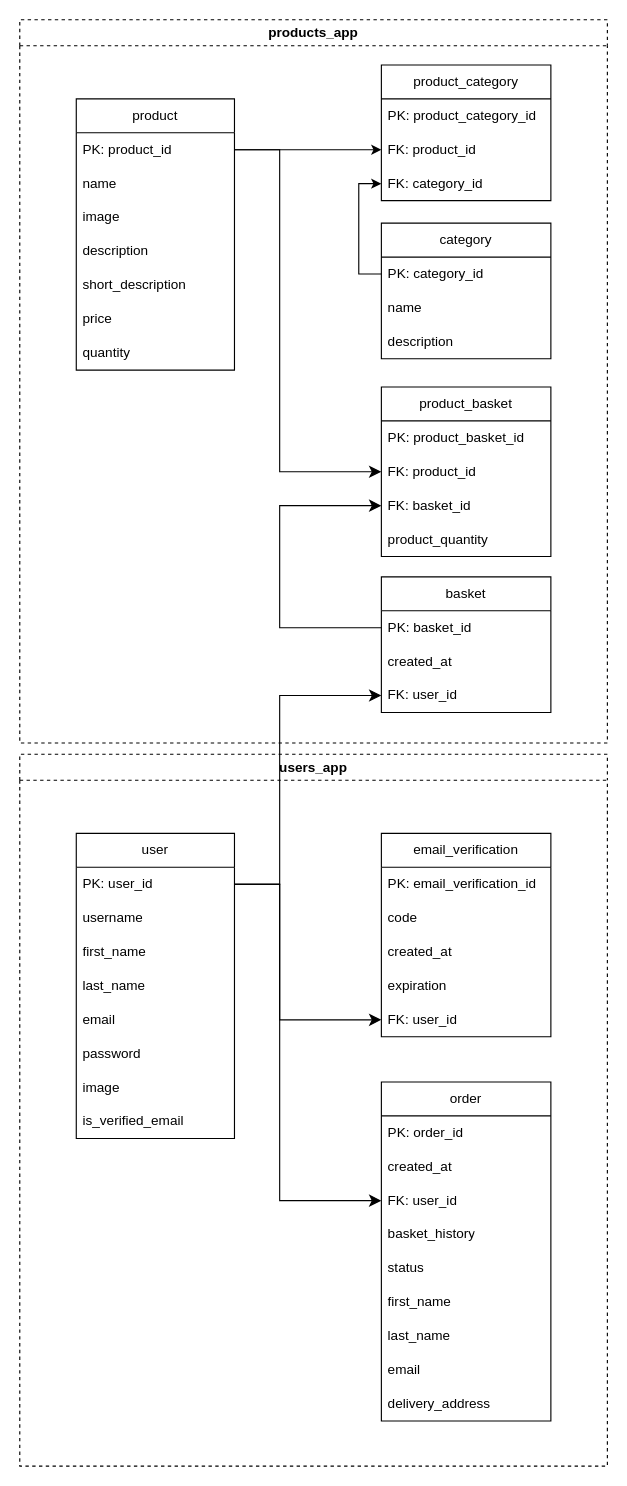
sharvadim07/django-store keeps this draw.io diagram as store_db.drawio. Above is the earlier version. Source tidied: cells renumbered, new cells numbered last; positions are measured from the earlier drawing's top-left corner, leaving out a move shared by most shapes. Both pictures are drawn from the tidied source at 113%, with x=0, y=0 at pixel (19, 19).
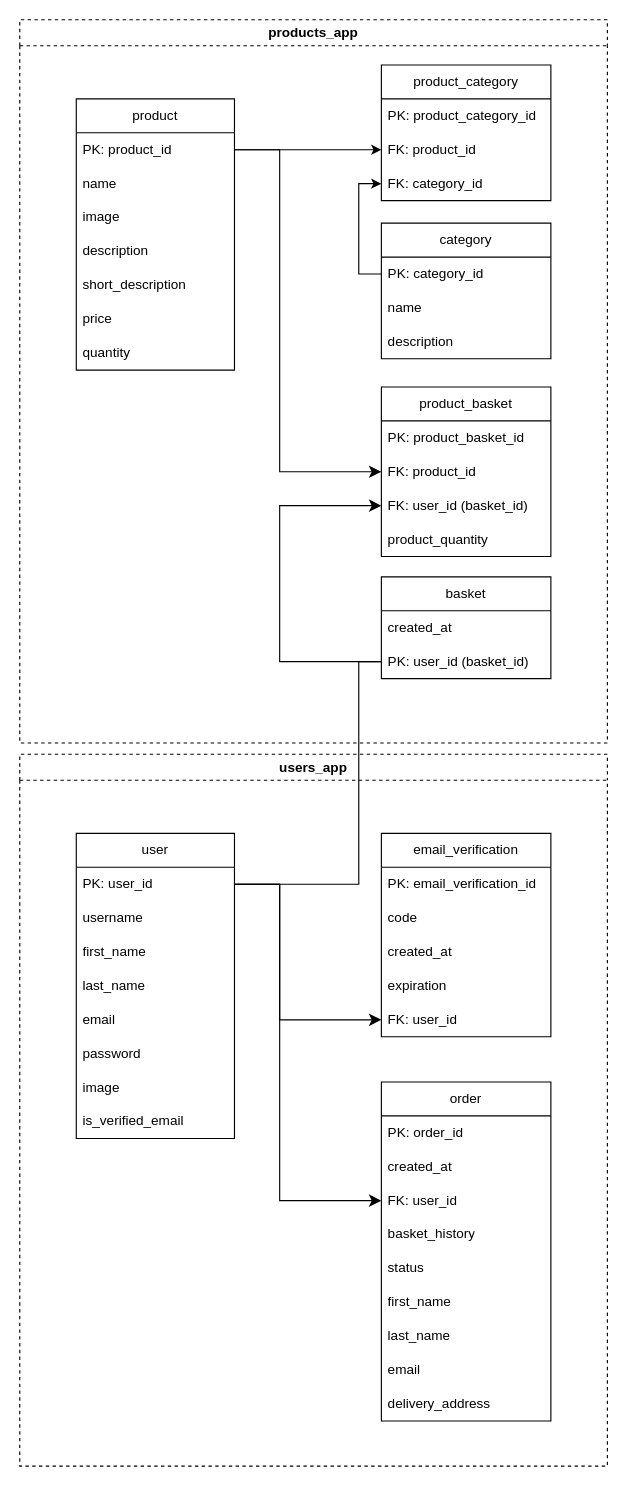
The same page after the edit.

Commit message (it also covers changes not shown here):
Change to one-to-one relation between user and basket

The change refers to these unchanged cells:
```xml
<mxCell id="43" value="PK: user_id" style="text;strokeColor=none;fillColor=none;align=left;verticalAlign=middle;spacingLeft=4;spacingRight=4;overflow=hidden;points=[[0,0.5],[1,0.5]];portConstraint=eastwest;whiteSpace=wrap;html=1;" parent="42" vertex="1">
  <mxGeometry y="30" width="140" height="30" as="geometry" />
</mxCell>
<mxCell id="51" value="product_basket" style="swimlane;fontStyle=0;horizontal=1;startSize=30;whiteSpace=wrap;html=1;" parent="1" vertex="1">
  <mxGeometry x="320" y="325" width="150" height="150" as="geometry" />
</mxCell>
```

What changed in the source:
```diff
@@
     <mxCell id="38" value="basket" style="swimlane;fontStyle=0;horizontal=1;startSize=30;whiteSpace=wrap;html=1;" parent="1" vertex="1">
-      <mxGeometry x="320" y="493" width="150" height="120" as="geometry" />
+      <mxGeometry x="320" y="493" width="150" height="90" as="geometry" />
     </mxCell>
-    <mxCell id="39" value="PK: basket_id" style="text;strokeColor=none;fillColor=none;align=left;verticalAlign=middle;spacingLeft=4;spacingRight=4;overflow=hidden;points=[[0,0.5],[1,0.5]];portConstraint=eastwest;whiteSpace=wrap;html=1;" parent="38" vertex="1">
-      <mxGeometry y="30" width="150" height="30" as="geometry" />
-    </mxCell>
     <mxCell id="40" value="created_at" style="text;strokeColor=none;fillColor=none;align=left;verticalAlign=middle;spacingLeft=4;spacingRight=4;overflow=hidden;whiteSpace=wrap;html=1;" parent="38" vertex="1">
-      <mxGeometry y="60" width="150" height="30" as="geometry" />
+      <mxGeometry y="30" width="150" height="30" as="geometry" />
     </mxCell>
-    <mxCell id="41" value="FK: user_id" style="text;strokeColor=none;fillColor=none;align=left;verticalAlign=middle;spacingLeft=4;spacingRight=4;overflow=hidden;points=[[0,0.5],[1,0.5]];portConstraint=eastwest;whiteSpace=wrap;html=1;" parent="38" vertex="1">
-      <mxGeometry y="90" width="150" height="30" as="geometry" />
+    <mxCell id="41" value="PK: user_id (basket_id)" style="text;strokeColor=none;fillColor=none;align=left;verticalAlign=middle;spacingLeft=4;spacingRight=4;overflow=hidden;points=[[0,0.5],[1,0.5]];portConstraint=eastwest;whiteSpace=wrap;html=1;" parent="38" vertex="1">
+      <mxGeometry y="60" width="150" height="30" as="geometry" />
     </mxCell>
@@
-    <mxCell id="54" value="FK: basket_id" style="text;strokeColor=none;fillColor=none;align=left;verticalAlign=middle;spacingLeft=4;spacingRight=4;overflow=hidden;points=[[0,0.5],[1,0.5]];portConstraint=eastwest;whiteSpace=wrap;html=1;" parent="51" vertex="1">
+    <mxCell id="54" value="FK: user_id (basket_id)" style="text;strokeColor=none;fillColor=none;align=left;verticalAlign=middle;spacingLeft=4;spacingRight=4;overflow=hidden;points=[[0,0.5],[1,0.5]];portConstraint=eastwest;whiteSpace=wrap;html=1;" parent="51" vertex="1">
       <mxGeometry y="90" width="150" height="30" as="geometry" />
     </mxCell>
@@
-    <mxCell id="57" style="edgeStyle=elbowEdgeStyle;elbow=horizontal;endArrow=classic;html=1;curved=0;rounded=0;endSize=8;startSize=8;entryX=0;entryY=0.5;entryDx=0;entryDy=0;exitX=0;exitY=0.5;exitDx=0;exitDy=0;" parent="1" edge="1" source="39" target="54">
+    <mxCell id="57" style="edgeStyle=elbowEdgeStyle;elbow=horizontal;endArrow=classic;html=1;curved=0;rounded=0;endSize=8;startSize=8;entryX=0;entryY=0.5;entryDx=0;entryDy=0;exitX=0;exitY=0.5;exitDx=0;exitDy=0;" parent="1" edge="1" source="41" target="54">
       <mxGeometry relative="1" as="geometry">
         <Array as="points">
           <mxPoint x="230" y="460" />
         </Array>
       </mxGeometry>
     </mxCell>
-    <mxCell id="58" style="edgeStyle=elbowEdgeStyle;elbow=horizontal;endArrow=classic;html=1;curved=0;rounded=0;endSize=8;startSize=8;entryX=0;entryY=0.5;entryDx=0;entryDy=0;exitX=1;exitY=0.5;exitDx=0;exitDy=0;" parent="1" edge="1" source="43" target="41">
-      <mxGeometry relative="1" as="geometry">
-        <Array as="points">
-          <mxPoint x="230" y="700" />
-          <mxPoint x="220" y="690" />
-        </Array>
-      </mxGeometry>
-    </mxCell>
@@
+    <mxCell id="58" style="endArrow=none;html=1;edgeStyle=elbowEdgeStyle;entryX=0;entryY=0.5;entryDx=0;entryDy=0;exitX=1;exitY=0.5;exitDx=0;exitDy=0;rounded=9;" parent="1" edge="1" source="43" target="41">
+      <mxGeometry relative="1" as="geometry">
+        <Array as="points">
+          <mxPoint x="300" y="670" />
+        </Array>
+      </mxGeometry>
+    </mxCell>
```
